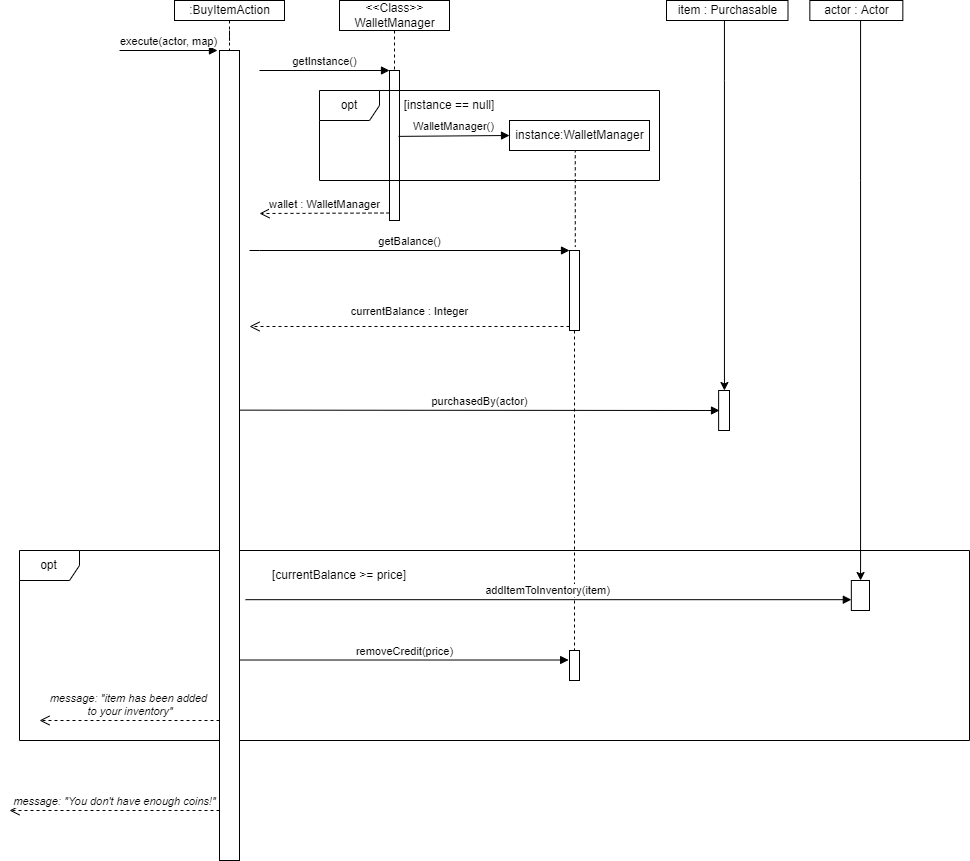
IvanChann/Mario.... keeps this draw.io diagram as docs/BuyItemAction Sequence Diagram by Andy.png. Above is the earlier version. Source tidied: cells renumbered, new cells last; positions are measured from the earlier drawing's top-left corner, leaving out a move shared by most shapes. Its diagram source:
```xml
<mxGraphModel>
  <root>
    <mxCell id="0" />
    <mxCell id="1" parent="0" />
    <mxCell id="2" value="opt" style="shape=umlFrame;whiteSpace=wrap;html=1;" parent="1" vertex="1">
      <mxGeometry x="10" y="550" width="950" height="190" as="geometry" />
    </mxCell>
    <mxCell id="3" style="html=1;points=[];perimeter=orthogonalPerimeter;" parent="1" vertex="1">
      <mxGeometry x="210" y="50" width="20" height="810" as="geometry" />
    </mxCell>
    <mxCell id="4" value="execute(actor, map)" style="html=1;verticalAlign=bottom;endArrow=block;rounded=0;entryX=-0.102;entryY=0;entryDx=0;entryDy=0;entryPerimeter=0;" parent="1" edge="1" target="3">
      <mxGeometry x="0.02" relative="1" as="geometry">
        <mxPoint x="110" y="50" as="sourcePoint" />
      </mxGeometry>
    </mxCell>
    <mxCell id="5" value="&lt;i&gt;message: &quot;item has been added&lt;br&gt;&amp;nbsp;to your inventory&quot;&lt;/i&gt;" style="html=1;verticalAlign=bottom;endArrow=open;dashed=1;endSize=8;rounded=0;" parent="1" edge="1">
      <mxGeometry relative="1" as="geometry">
        <mxPoint x="210" y="720" as="sourcePoint" />
        <mxPoint x="30" y="720" as="targetPoint" />
      </mxGeometry>
    </mxCell>
    <mxCell id="6" style="edgeStyle=orthogonalEdgeStyle;rounded=0;jettySize=auto;html=1;endArrow=none;endFill=0;dashed=1;" parent="1" edge="1" source="7" target="3">
      <mxGeometry relative="1" as="geometry" />
    </mxCell>
    <mxCell id="7" value=":BuyItemAction" style="html=1;" parent="1" vertex="1">
      <mxGeometry x="165" width="110" height="20" as="geometry" />
    </mxCell>
    <mxCell id="8" style="html=1;points=[];perimeter=orthogonalPerimeter;" parent="1" vertex="1">
      <mxGeometry x="380" y="70" width="10" height="150" as="geometry" />
    </mxCell>
    <mxCell id="9" value="getInstance()" style="html=1;verticalAlign=bottom;endArrow=block;entryX=0;entryY=0;rounded=0;" parent="1" edge="1" target="8">
      <mxGeometry relative="1" as="geometry">
        <mxPoint x="250" y="70" as="sourcePoint" />
      </mxGeometry>
    </mxCell>
    <mxCell id="10" value="wallet : WalletManager" style="html=1;verticalAlign=bottom;endArrow=open;dashed=1;endSize=8;exitX=0;exitY=0.95;rounded=0;" parent="1" edge="1" source="8">
      <mxGeometry relative="1" as="geometry">
        <mxPoint x="250" y="213" as="targetPoint" />
      </mxGeometry>
    </mxCell>
    <mxCell id="11" style="edgeStyle=orthogonalEdgeStyle;rounded=0;jettySize=auto;html=1;endArrow=none;endFill=0;dashed=1;" parent="1" edge="1" source="12">
      <mxGeometry relative="1" as="geometry">
        <mxPoint x="385" y="70" as="targetPoint" />
      </mxGeometry>
    </mxCell>
    <mxCell id="12" value="&amp;lt;&amp;lt;Class&amp;gt;&amp;gt;&lt;br&gt;WalletManager" style="html=1;" parent="1" vertex="1">
      <mxGeometry x="330" width="110" height="30" as="geometry" />
    </mxCell>
    <mxCell id="13" value="opt" style="shape=umlFrame;whiteSpace=wrap;html=1;" parent="1" vertex="1">
      <mxGeometry x="310" y="90" width="340" height="90" as="geometry" />
    </mxCell>
    <mxCell id="14" value="[instance == null]" style="text;html=1;strokeColor=none;fillColor=none;align=center;verticalAlign=middle;whiteSpace=wrap;rounded=0;" parent="1" vertex="1">
      <mxGeometry x="390" y="90" width="100" height="30" as="geometry" />
    </mxCell>
    <mxCell id="15" value="instance:WalletManager" style="html=1;" parent="1" vertex="1">
      <mxGeometry x="500" y="120" width="140" height="30" as="geometry" />
    </mxCell>
    <mxCell id="16" value="WalletManager()" style="html=1;verticalAlign=bottom;endArrow=block;rounded=0;exitX=1.053;exitY=0.032;exitDx=0;exitDy=0;exitPerimeter=0;entryX=0;entryY=0.5;entryDx=0;entryDy=0;" parent="1" edge="1" target="15">
      <mxGeometry relative="1" as="geometry">
        <mxPoint x="389" y="135.9" as="sourcePoint" />
      </mxGeometry>
    </mxCell>
    <mxCell id="17" style="edgeStyle=orthogonalEdgeStyle;rounded=0;jettySize=auto;html=1;endArrow=none;endFill=0;dashed=1;entryX=0.58;entryY=-0.045;entryDx=0;entryDy=0;entryPerimeter=0;" parent="1" edge="1" target="19">
      <mxGeometry relative="1" as="geometry">
        <mxPoint x="564.5" y="150" as="sourcePoint" />
        <Array as="points">
          <mxPoint x="566" y="150" />
        </Array>
      </mxGeometry>
    </mxCell>
    <mxCell id="18" style="edgeStyle=orthogonalEdgeStyle;rounded=0;jettySize=auto;html=1;endArrow=none;endFill=0;dashed=1;" parent="1" edge="1" source="19" target="27">
      <mxGeometry relative="1" as="geometry" />
    </mxCell>
    <mxCell id="19" style="html=1;points=[];perimeter=orthogonalPerimeter;" parent="1" vertex="1">
      <mxGeometry x="560" y="250" width="10" height="80" as="geometry" />
    </mxCell>
    <mxCell id="20" value="getBalance()" style="html=1;verticalAlign=bottom;endArrow=block;entryX=0;entryY=0;rounded=0;" parent="1" edge="1" target="19">
      <mxGeometry relative="1" as="geometry">
        <mxPoint x="240" y="250" as="sourcePoint" />
        <Array as="points">
          <mxPoint x="250" y="250" />
        </Array>
      </mxGeometry>
    </mxCell>
    <mxCell id="21" value="currentBalance : Integer" style="html=1;verticalAlign=bottom;endArrow=open;dashed=1;endSize=8;exitX=0;exitY=0.95;rounded=0;" parent="1" edge="1" source="19">
      <mxGeometry y="-6" relative="1" as="geometry">
        <mxPoint x="240" y="326" as="targetPoint" />
      </mxGeometry>
    </mxCell>
    <mxCell id="22" value="[currentBalance &amp;gt;= price]" style="text;html=1;strokeColor=none;fillColor=none;align=center;verticalAlign=middle;whiteSpace=wrap;rounded=0;" parent="1" vertex="1">
      <mxGeometry x="240" y="560" width="180" height="30" as="geometry" />
    </mxCell>
    <mxCell id="23" style="edgeStyle=orthogonalEdgeStyle;rounded=0;jettySize=auto;html=1;" parent="1" edge="1" source="24" target="25">
      <mxGeometry relative="1" as="geometry">
        <Array as="points">
          <mxPoint x="851" y="180" />
          <mxPoint x="851" y="180" />
        </Array>
      </mxGeometry>
    </mxCell>
    <mxCell id="24" value="actor : Actor" style="html=1;" parent="1" vertex="1">
      <mxGeometry x="800.3" width="93" height="20" as="geometry" />
    </mxCell>
    <mxCell id="25" style="html=1;points=[];perimeter=orthogonalPerimeter;" parent="1" vertex="1">
      <mxGeometry x="841.8" y="580" width="18.2" height="30" as="geometry" />
    </mxCell>
    <mxCell id="26" value="addItemToInventory(item)" style="html=1;verticalAlign=bottom;endArrow=block;rounded=0;exitX=1.3;exitY=0.678;exitDx=0;exitDy=0;exitPerimeter=0;" parent="1" edge="1" source="3" target="25">
      <mxGeometry relative="1" as="geometry" />
    </mxCell>
    <mxCell id="27" style="html=1;points=[];perimeter=orthogonalPerimeter;" parent="1" vertex="1">
      <mxGeometry x="560" y="650" width="10" height="30" as="geometry" />
    </mxCell>
    <mxCell id="28" value="removeCredit(price)" style="html=1;verticalAlign=bottom;endArrow=block;entryX=-0.087;entryY=0.317;rounded=0;entryDx=0;entryDy=0;entryPerimeter=0;" parent="1" edge="1" target="27">
      <mxGeometry relative="1" as="geometry">
        <mxPoint x="230" y="659.5" as="sourcePoint" />
      </mxGeometry>
    </mxCell>
    <mxCell id="29" value="&lt;i&gt;message: &quot;You don't have enough coins!&quot;&lt;/i&gt;" style="html=1;verticalAlign=bottom;endArrow=open;dashed=1;endSize=8;rounded=0;" parent="1" edge="1">
      <mxGeometry relative="1" as="geometry">
        <mxPoint x="210" y="810" as="sourcePoint" />
        <mxPoint y="810" as="targetPoint" />
      </mxGeometry>
    </mxCell>
    <mxCell id="30" style="html=1;points=[];perimeter=orthogonalPerimeter;" parent="1" vertex="1">
      <mxGeometry x="709.1" y="390" width="10.9" height="40" as="geometry" />
    </mxCell>
    <mxCell id="31" value="purchasedBy(actor)" style="html=1;verticalAlign=bottom;endArrow=block;rounded=0;exitX=1;exitY=0.444;exitDx=0;exitDy=0;exitPerimeter=0;" parent="1" edge="1" source="3">
      <mxGeometry relative="1" as="geometry">
        <mxPoint x="710" y="410" as="targetPoint" />
      </mxGeometry>
    </mxCell>
    <mxCell id="32" style="edgeStyle=orthogonalEdgeStyle;rounded=0;jettySize=auto;html=1;" parent="1" edge="1" source="33" target="30">
      <mxGeometry relative="1" as="geometry">
        <Array as="points">
          <mxPoint x="715" y="80" />
          <mxPoint x="715" y="80" />
        </Array>
      </mxGeometry>
    </mxCell>
    <mxCell id="33" value="item : Purchasable" style="html=1;" parent="1" vertex="1">
      <mxGeometry x="657" width="121.5" height="20" as="geometry" />
    </mxCell>
  </root>
</mxGraphModel>
```
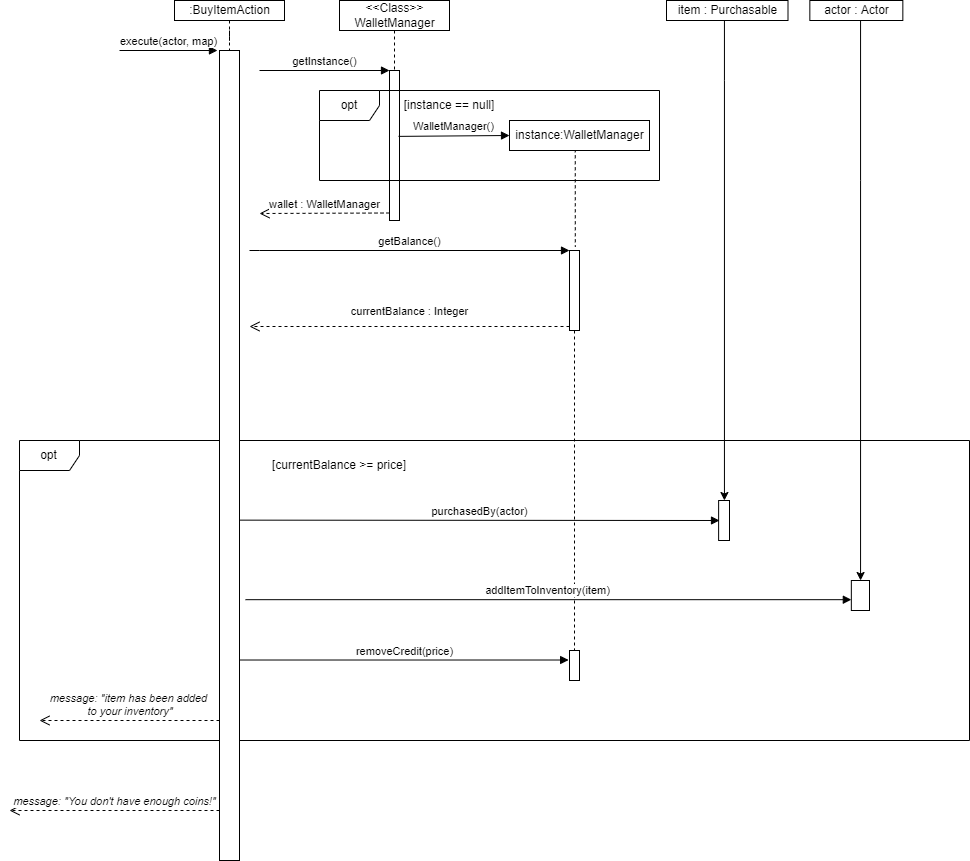
After the change.

Commit message:
Fixed BuyItemAction sequence diagram

Diff of the diagram source:
```diff
@@ -3,7 +3,7 @@
     <mxCell id="0" />
     <mxCell id="1" parent="0" />
     <mxCell id="2" value="opt" style="shape=umlFrame;whiteSpace=wrap;html=1;" parent="1" vertex="1">
-      <mxGeometry x="10" y="550" width="950" height="190" as="geometry" />
+      <mxGeometry x="10" y="440" width="950" height="300" as="geometry" />
     </mxCell>
     <mxCell id="3" style="html=1;points=[];perimeter=orthogonalPerimeter;" parent="1" vertex="1">
       <mxGeometry x="210" y="50" width="20" height="810" as="geometry" />
@@ -88,7 +88,7 @@
       </mxGeometry>
     </mxCell>
     <mxCell id="22" value="[currentBalance &amp;gt;= price]" style="text;html=1;strokeColor=none;fillColor=none;align=center;verticalAlign=middle;whiteSpace=wrap;rounded=0;" parent="1" vertex="1">
-      <mxGeometry x="240" y="560" width="180" height="30" as="geometry" />
+      <mxGeometry x="240" y="450" width="180" height="30" as="geometry" />
     </mxCell>
     <mxCell id="23" style="edgeStyle=orthogonalEdgeStyle;rounded=0;jettySize=auto;html=1;" parent="1" edge="1" source="24" target="25">
       <mxGeometry relative="1" as="geometry">
@@ -122,11 +122,12 @@
       </mxGeometry>
     </mxCell>
     <mxCell id="30" style="html=1;points=[];perimeter=orthogonalPerimeter;" parent="1" vertex="1">
-      <mxGeometry x="709.1" y="390" width="10.9" height="40" as="geometry" />
+      <mxGeometry x="709.1" y="500" width="10.9" height="40" as="geometry" />
     </mxCell>
-    <mxCell id="31" value="purchasedBy(actor)" style="html=1;verticalAlign=bottom;endArrow=block;rounded=0;exitX=1;exitY=0.444;exitDx=0;exitDy=0;exitPerimeter=0;" parent="1" edge="1" source="3">
+    <mxCell id="31" value="purchasedBy(actor)" style="html=1;verticalAlign=bottom;endArrow=block;rounded=0;exitX=1;exitY=0.444;exitDx=0;exitDy=0;exitPerimeter=0;" parent="1" edge="1">
       <mxGeometry relative="1" as="geometry">
-        <mxPoint x="710" y="410" as="targetPoint" />
+        <mxPoint x="230" y="519.6" as="sourcePoint" />
+        <mxPoint x="710" y="520" as="targetPoint" />
       </mxGeometry>
     </mxCell>
     <mxCell id="32" style="edgeStyle=orthogonalEdgeStyle;rounded=0;jettySize=auto;html=1;" parent="1" edge="1" source="33" target="30">
```
